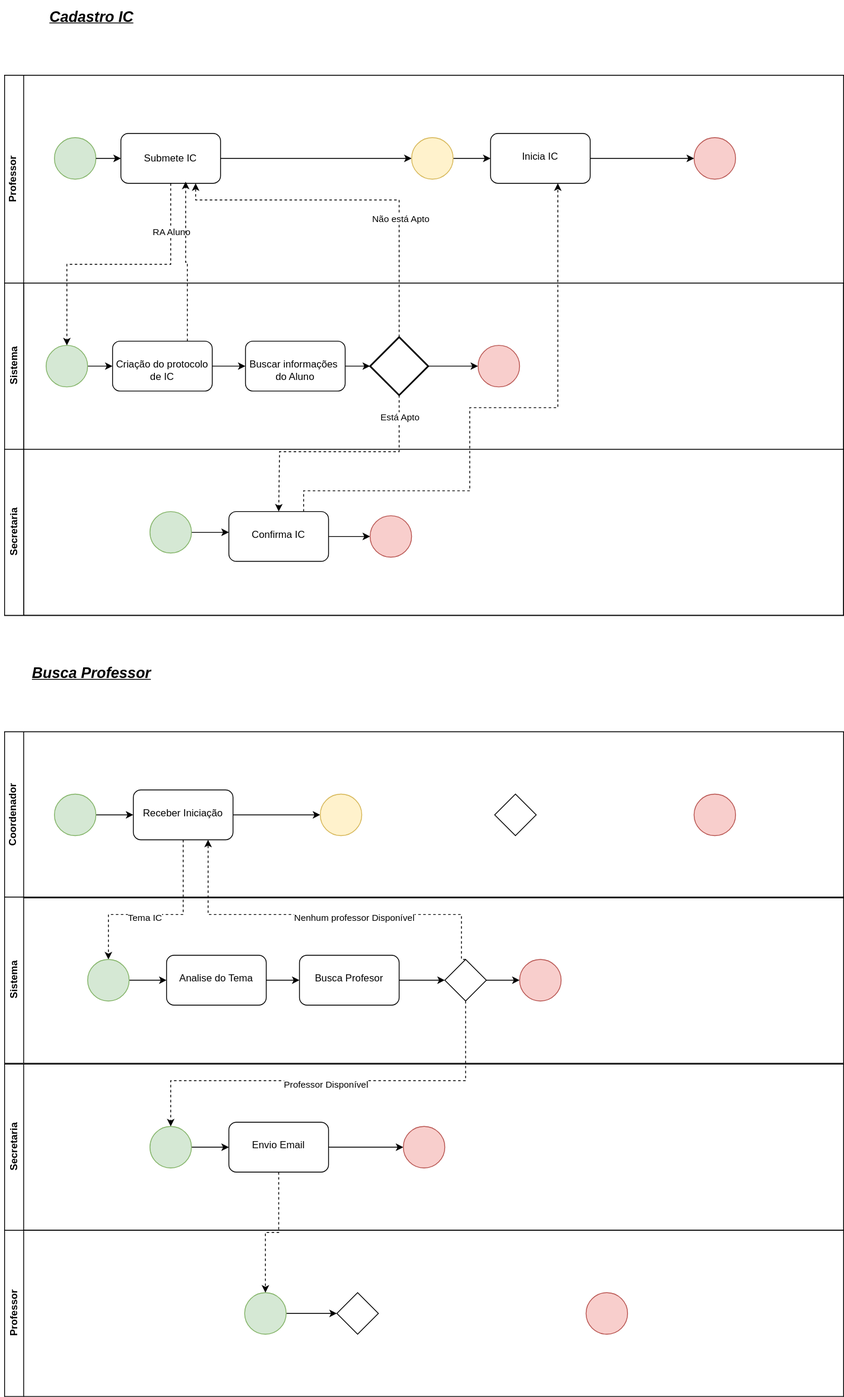
Before: Documentos/ToBe.svg, a diagram exported from draw.io (JesCat16/Automacao_IC_GestaoDeProjeto). Source tidied: cells renumbered, new cells last; positions are measured from the earlier drawing's top-left corner, leaving out a move shared by most shapes.
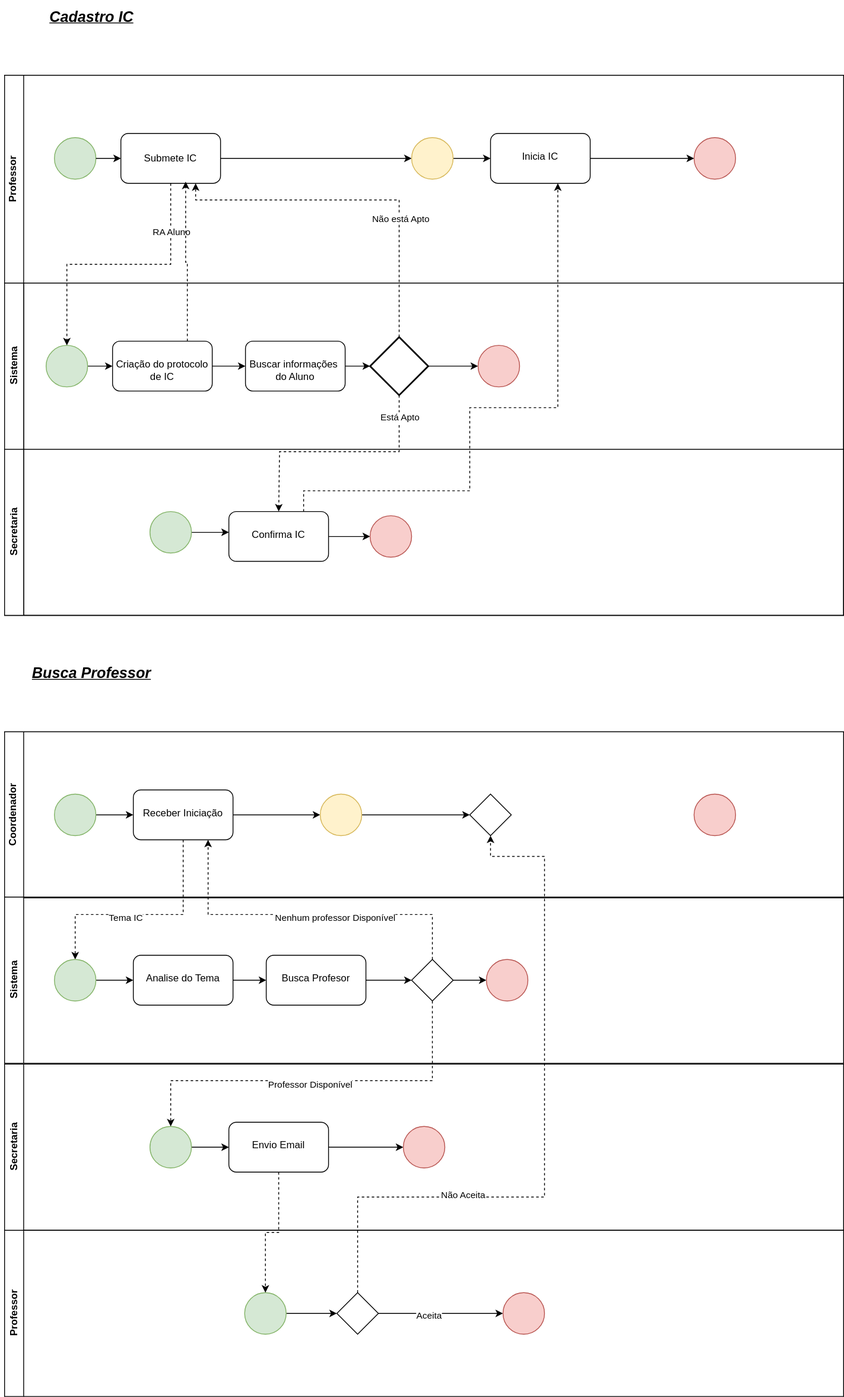
After the commit.

Change to the diagram source:
```diff
@@ -1,4 +1,4 @@
-<mxGraphModel background="#ffffff">
+<mxGraphModel background="#FFFFFF">
   <root>
     <mxCell id="0" />
     <mxCell id="1" parent="0" />
@@ -150,12 +150,15 @@
     <mxCell id="44" value="&lt;div&gt;&lt;br&gt;&lt;/div&gt;&lt;div&gt;Receber Iniciação&lt;/div&gt;" style="rounded=1;whiteSpace=wrap;html=1;verticalAlign=top;" parent="38" vertex="1">
       <mxGeometry x="155" y="70" width="120" height="60" as="geometry" />
     </mxCell>
+    <mxCell id="76" style="edgeStyle=orthogonalEdgeStyle;rounded=0;jettySize=auto;html=1;exitX=1;exitY=0.5;exitDx=0;exitDy=0;entryX=0;entryY=0.5;entryDx=0;entryDy=0;" parent="38" edge="1" source="45" target="77">
+      <mxGeometry relative="1" as="geometry" />
+    </mxCell>
     <mxCell id="45" style="ellipse;whiteSpace=wrap;html=1;verticalAlign=top;rounded=1;fillColor=#fff2cc;strokeColor=#d6b656;" parent="38" vertex="1">
       <mxGeometry x="380" y="75" width="50" height="50" as="geometry" />
     </mxCell>
-    <mxCell id="46" style="rhombus;whiteSpace=wrap;html=1;" parent="38" vertex="1">
-      <mxGeometry x="590" y="75" width="50" height="50" as="geometry" />
-    </mxCell>
+    <mxCell id="77" style="rhombus;whiteSpace=wrap;html=1;" parent="38" vertex="1">
+      <mxGeometry x="560" y="75" width="50" height="50" as="geometry" />
+    </mxCell>
     <mxCell id="47" value="&lt;u&gt;&lt;i&gt;&lt;font style=&quot;font-size: 18px;&quot;&gt;Busca Professor&lt;/font&gt;&lt;/i&gt;&lt;/u&gt;" style="text;html=1;align=center;verticalAlign=middle;whiteSpace=wrap;rounded=0;rotation=0;fontStyle=1;" parent="1" vertex="1">
       <mxGeometry x="20" y="790" width="210" height="40" as="geometry" />
     </mxCell>
@@ -169,8 +172,14 @@
       <mxGeometry x="289" y="75" width="50" height="50" as="geometry" />
     </mxCell>
     <mxCell id="51" style="ellipse;whiteSpace=wrap;html=1;verticalAlign=top;rounded=1;fillColor=#f8cecc;strokeColor=#b85450;" parent="48" vertex="1">
-      <mxGeometry x="700" y="75" width="50" height="50" as="geometry" />
+      <mxGeometry x="600" y="75" width="50" height="50" as="geometry" />
     </mxCell>
+    <mxCell id="78" style="edgeStyle=orthogonalEdgeStyle;rounded=0;jettySize=auto;html=1;exitX=1;exitY=0.5;exitDx=0;exitDy=0;entryX=0;entryY=0.5;entryDx=0;entryDy=0;" parent="48" edge="1" source="52" target="51">
+      <mxGeometry relative="1" as="geometry" />
+    </mxCell>
+    <mxCell id="79" value="Aceita" style="edgeLabel;html=1;align=center;verticalAlign=middle;" parent="78" vertex="1">
+      <mxGeometry x="-0.2" y="-2" relative="1" as="geometry" />
+    </mxCell>
     <mxCell id="52" style="rhombus;whiteSpace=wrap;html=1;" parent="48" vertex="1">
       <mxGeometry x="400" y="75" width="50" height="50" as="geometry" />
     </mxCell>
@@ -178,7 +187,7 @@
       <mxGeometry relative="1" as="geometry">
         <Array as="points">
           <mxPoint x="235" y="1100" />
-          <mxPoint x="145" y="1100" />
+          <mxPoint x="105" y="1100" />
         </Array>
       </mxGeometry>
     </mxCell>
@@ -192,25 +201,25 @@
       <mxGeometry relative="1" as="geometry" />
     </mxCell>
     <mxCell id="57" style="verticalLabelPosition=bottom;verticalAlign=top;html=1;shape=mxgraph.flowchart.on-page_reference;fillColor=#d5e8d4;strokeColor=#82b366;" parent="55" vertex="1">
-      <mxGeometry x="100" y="75" width="50" height="50" as="geometry" />
+      <mxGeometry x="60" y="75" width="50" height="50" as="geometry" />
     </mxCell>
     <mxCell id="58" style="verticalLabelPosition=bottom;verticalAlign=top;html=1;shape=mxgraph.flowchart.on-page_reference;fillColor=#f8cecc;strokeColor=#b85450;" parent="55" vertex="1">
-      <mxGeometry x="620" y="75" width="50" height="50" as="geometry" />
+      <mxGeometry x="580" y="75" width="50" height="50" as="geometry" />
     </mxCell>
     <mxCell id="59" style="edgeStyle=orthogonalEdgeStyle;rounded=0;jettySize=auto;html=1;" parent="55" edge="1" source="60" target="62">
       <mxGeometry relative="1" as="geometry" />
     </mxCell>
     <mxCell id="60" value="&lt;div&gt;&lt;br&gt;&lt;/div&gt;&lt;div&gt;Analise do Tema&lt;/div&gt;" style="rounded=1;whiteSpace=wrap;html=1;verticalAlign=top;" parent="55" vertex="1">
-      <mxGeometry x="195" y="70" width="120" height="60" as="geometry" />
+      <mxGeometry x="155" y="70" width="120" height="60" as="geometry" />
     </mxCell>
     <mxCell id="61" style="edgeStyle=orthogonalEdgeStyle;rounded=0;jettySize=auto;html=1;exitX=1;exitY=0.5;exitDx=0;exitDy=0;entryX=0;entryY=0.5;entryDx=0;entryDy=0;" parent="55" edge="1" source="62" target="63">
       <mxGeometry relative="1" as="geometry" />
     </mxCell>
     <mxCell id="62" value="&lt;div&gt;&lt;br&gt;&lt;/div&gt;&lt;div&gt;Busca Profesor&lt;/div&gt;" style="rounded=1;whiteSpace=wrap;html=1;verticalAlign=top;" parent="55" vertex="1">
-      <mxGeometry x="355" y="70" width="120" height="60" as="geometry" />
+      <mxGeometry x="315" y="70" width="120" height="60" as="geometry" />
     </mxCell>
     <mxCell id="63" style="rhombus;whiteSpace=wrap;html=1;" parent="55" vertex="1">
-      <mxGeometry x="530" y="75" width="50" height="50" as="geometry" />
+      <mxGeometry x="490" y="75" width="50" height="50" as="geometry" />
     </mxCell>
     <mxCell id="64" style="edgeStyle=orthogonalEdgeStyle;rounded=0;jettySize=auto;html=1;exitX=1;exitY=0.5;exitDx=0;exitDy=0;entryX=0;entryY=0.5;entryDx=0;entryDy=0;entryPerimeter=0;" parent="55" edge="1" source="63" target="58">
       <mxGeometry relative="1" as="geometry" />
@@ -236,7 +245,7 @@
     <mxCell id="71" style="edgeStyle=orthogonalEdgeStyle;rounded=0;jettySize=auto;html=1;exitX=0.5;exitY=1;exitDx=0;exitDy=0;entryX=0.5;entryY=0;entryDx=0;entryDy=0;dashed=1;entryPerimeter=0;" parent="1" edge="1" source="63" target="67">
       <mxGeometry relative="1" as="geometry">
         <Array as="points">
-          <mxPoint x="575" y="1300" />
+          <mxPoint x="535" y="1300" />
           <mxPoint x="220" y="1300" />
         </Array>
       </mxGeometry>
@@ -250,8 +259,7 @@
     <mxCell id="74" style="edgeStyle=orthogonalEdgeStyle;rounded=0;jettySize=auto;html=1;exitX=0.5;exitY=0;exitDx=0;exitDy=0;entryX=0.75;entryY=1;entryDx=0;entryDy=0;dashed=1;" parent="1" edge="1" source="63" target="44">
       <mxGeometry relative="1" as="geometry">
         <Array as="points">
-          <mxPoint x="570" y="1154" />
-          <mxPoint x="570" y="1100" />
+          <mxPoint x="535" y="1100" />
           <mxPoint x="265" y="1100" />
         </Array>
       </mxGeometry>
@@ -259,5 +267,18 @@
     <mxCell id="75" value="Nenhum professor Disponível" style="edgeLabel;html=1;align=center;verticalAlign=middle;" parent="74" vertex="1">
       <mxGeometry x="-0.17" y="3" relative="1" as="geometry" />
     </mxCell>
+    <mxCell id="80" style="edgeStyle=orthogonalEdgeStyle;rounded=0;jettySize=auto;html=1;exitX=0.5;exitY=0;exitDx=0;exitDy=0;entryX=0.5;entryY=1;entryDx=0;entryDy=0;dashed=1;" parent="1" edge="1" source="52" target="77">
+      <mxGeometry relative="1" as="geometry">
+        <Array as="points">
+          <mxPoint x="445" y="1440" />
+          <mxPoint x="670" y="1440" />
+          <mxPoint x="670" y="1030" />
+          <mxPoint x="605" y="1030" />
+        </Array>
+      </mxGeometry>
+    </mxCell>
+    <mxCell id="81" value="Não Aceita" style="edgeLabel;html=1;align=center;verticalAlign=middle;" parent="80" vertex="1">
+      <mxGeometry x="-0.43" y="3" relative="1" as="geometry" />
+    </mxCell>
   </root>
 </mxGraphModel>
```
